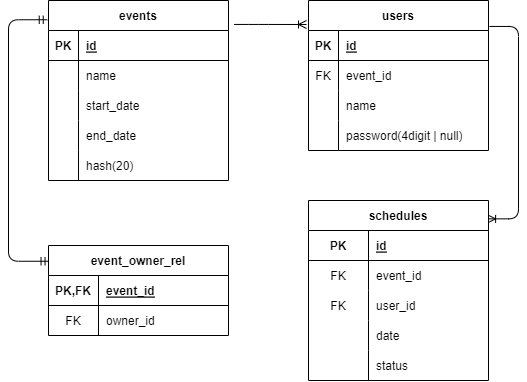
This is DB_ER_diagram.drawio.png from kuu13580/schedule-checker, a draw.io export, as it was before one commit. Source tidied: cells renumbered, new cells last; positions are measured from the earlier drawing's top-left corner, leaving out a move shared by most shapes.
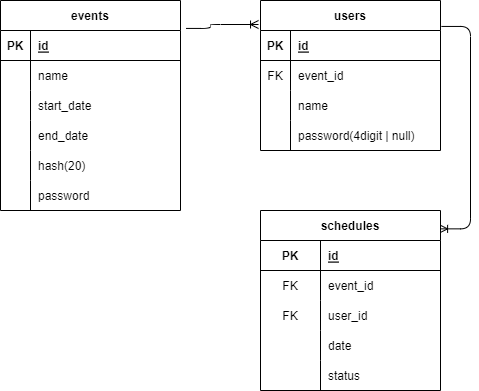
The same file after the commit.

Commit message:
DB構成を変更

What changed in the source:
```diff
@@ -3,7 +3,7 @@
     <mxCell id="0" />
     <mxCell id="1" parent="0" />
     <mxCell id="2" value="events" style="shape=table;startSize=30;rowLines=0;fontStyle=1;align=center;" parent="1" vertex="1">
-      <mxGeometry x="40" width="180" height="180" as="geometry" />
+      <mxGeometry x="40" width="180" height="210" as="geometry" />
     </mxCell>
     <mxCell id="3" style="shape=tableRow;horizontal=0;startSize=0;swimlaneHead=0;swimlaneBody=0;fillColor=none;top=0;left=0;right=0;bottom=1;" parent="2" vertex="1">
       <mxGeometry y="30" width="180" height="30" as="geometry" />
@@ -50,6 +50,15 @@
     <mxCell id="17" value="hash(20)" style="shape=partialRectangle;fillColor=none;top=0;left=0;bottom=0;right=0;align=left;spacingLeft=6;overflow=hidden;" parent="15" vertex="1">
       <mxGeometry x="30" width="150" height="30" as="geometry" />
     </mxCell>
+    <mxCell id="57" style="shape=tableRow;horizontal=0;startSize=0;swimlaneHead=0;swimlaneBody=0;fillColor=none;top=0;left=0;right=0;bottom=0;" parent="2" vertex="1">
+      <mxGeometry y="180" width="180" height="30" as="geometry" />
+    </mxCell>
+    <mxCell id="58" style="shape=partialRectangle;fillColor=none;top=0;left=0;bottom=0;right=0;overflow=hidden;" parent="57" vertex="1">
+      <mxGeometry width="30" height="30" as="geometry" />
+    </mxCell>
+    <mxCell id="59" value="password" style="shape=partialRectangle;fillColor=none;top=0;left=0;bottom=0;right=0;align=left;spacingLeft=6;overflow=hidden;" parent="57" vertex="1">
+      <mxGeometry x="30" width="150" height="30" as="geometry" />
+    </mxCell>
     <mxCell id="18" style="edgeStyle=elbowEdgeStyle;fontSize=12;html=1;endArrow=ERoneToMany;exitX=1.031;exitY=0.133;exitDx=0;exitDy=0;entryX=-0.011;entryY=0.16;entryDx=0;entryDy=0;exitPerimeter=0;entryPerimeter=0;" parent="1" edge="1" source="2" target="19">
       <mxGeometry relative="1" as="geometry">
         <Array as="points">
@@ -105,7 +114,7 @@
       </mxGeometry>
     </mxCell>
     <mxCell id="33" value="schedules" style="shape=table;startSize=30;rowLines=0;fontStyle=1;align=center;" parent="1" vertex="1">
-      <mxGeometry x="300" y="200" width="180" height="180" as="geometry" />
+      <mxGeometry x="300" y="210" width="180" height="180" as="geometry" />
     </mxCell>
     <mxCell id="34" style="shape=tableRow;horizontal=0;startSize=0;swimlaneHead=0;swimlaneBody=0;fillColor=none;top=0;left=0;right=0;bottom=1;" parent="33" vertex="1">
       <mxGeometry y="30" width="180" height="30" as="geometry" />
@@ -152,35 +161,5 @@
     <mxCell id="48" value="status" style="shape=partialRectangle;fillColor=none;top=0;left=0;bottom=0;right=0;align=left;spacingLeft=6;overflow=hidden;" parent="46" vertex="1">
       <mxGeometry x="60" width="120" height="30" as="geometry" />
     </mxCell>
-    <mxCell id="49" value="event_owner_rel" style="shape=table;startSize=30;rowLines=0;fontStyle=1;align=center;" parent="1" vertex="1">
-      <mxGeometry x="40" y="245" width="180" height="90" as="geometry" />
-    </mxCell>
-    <mxCell id="50" style="shape=tableRow;horizontal=0;startSize=0;swimlaneHead=0;swimlaneBody=0;fillColor=none;top=0;left=0;right=0;bottom=1;" parent="49" vertex="1">
-      <mxGeometry y="30" width="180" height="30" as="geometry" />
-    </mxCell>
-    <mxCell id="51" value="PK,FK" style="shape=partialRectangle;fillColor=none;top=0;left=0;bottom=0;right=0;fontStyle=1;overflow=hidden;" parent="50" vertex="1">
-      <mxGeometry width="50" height="30" as="geometry" />
-    </mxCell>
-    <mxCell id="52" value="event_id" style="shape=partialRectangle;fillColor=none;top=0;left=0;bottom=0;right=0;align=left;spacingLeft=6;fontStyle=5;overflow=hidden;" parent="50" vertex="1">
-      <mxGeometry x="50" width="130" height="30" as="geometry" />
-    </mxCell>
-    <mxCell id="53" style="shape=tableRow;horizontal=0;startSize=0;swimlaneHead=0;swimlaneBody=0;fillColor=none;top=0;left=0;right=0;bottom=0;" parent="49" vertex="1">
-      <mxGeometry y="60" width="180" height="30" as="geometry" />
-    </mxCell>
-    <mxCell id="54" value="FK" style="shape=partialRectangle;fillColor=none;top=0;left=0;bottom=0;right=0;overflow=hidden;" parent="53" vertex="1">
-      <mxGeometry width="50" height="30" as="geometry" />
-    </mxCell>
-    <mxCell id="55" value="owner_id" style="shape=partialRectangle;fillColor=none;top=0;left=0;bottom=0;right=0;align=left;spacingLeft=6;overflow=hidden;" parent="53" vertex="1">
-      <mxGeometry x="50" width="130" height="30" as="geometry" />
-    </mxCell>
-    <mxCell id="56" style="edgeStyle=elbowEdgeStyle;fontSize=12;html=1;endArrow=ERmandOne;startArrow=ERmandOne;jumpStyle=none;exitX=0.003;exitY=0.175;exitDx=0;exitDy=0;elbow=vertical;entryX=-0.007;entryY=0.107;entryDx=0;entryDy=0;exitPerimeter=0;entryPerimeter=0;" parent="1" edge="1" source="49" target="2">
-      <mxGeometry relative="1" as="geometry">
-        <Array as="points">
-          <mxPoint y="10" />
-          <mxPoint y="170" />
-          <mxPoint x="127" y="200" />
-        </Array>
-      </mxGeometry>
-    </mxCell>
   </root>
 </mxGraphModel>
```
